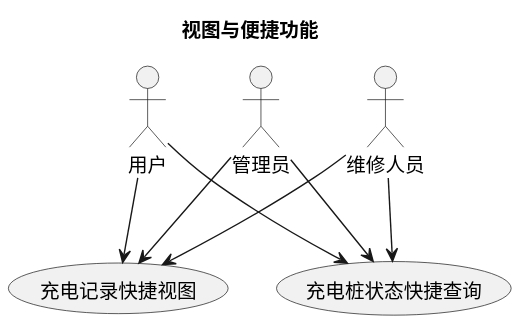
Earlier version of the PlantUML export usecase/docs/overview/img/view_features.svg (greenhandzdl/charging-station-doc).
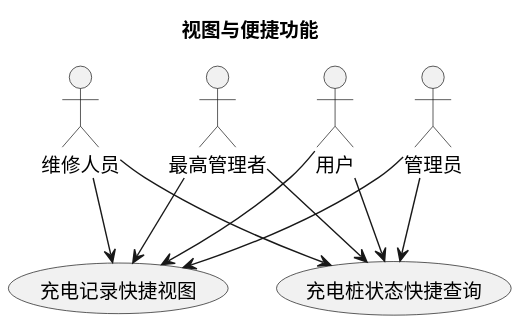
The same diagram one commit later.

What changed in the source:
```diff
@@ -7,6 +7,7 @@
 actor "用户" as U
 actor "管理员" as A
 actor "维修人员" as M
+actor "最高管理者" as SA
 
 usecase "充电记录快捷视图" as QV
 usecase "充电桩状态快捷查询" as QC
@@ -17,4 +18,6 @@
 A --> QC
 M --> QV
 M --> QC
+SA --> QV
+SA --> QC
 @enduml
```
